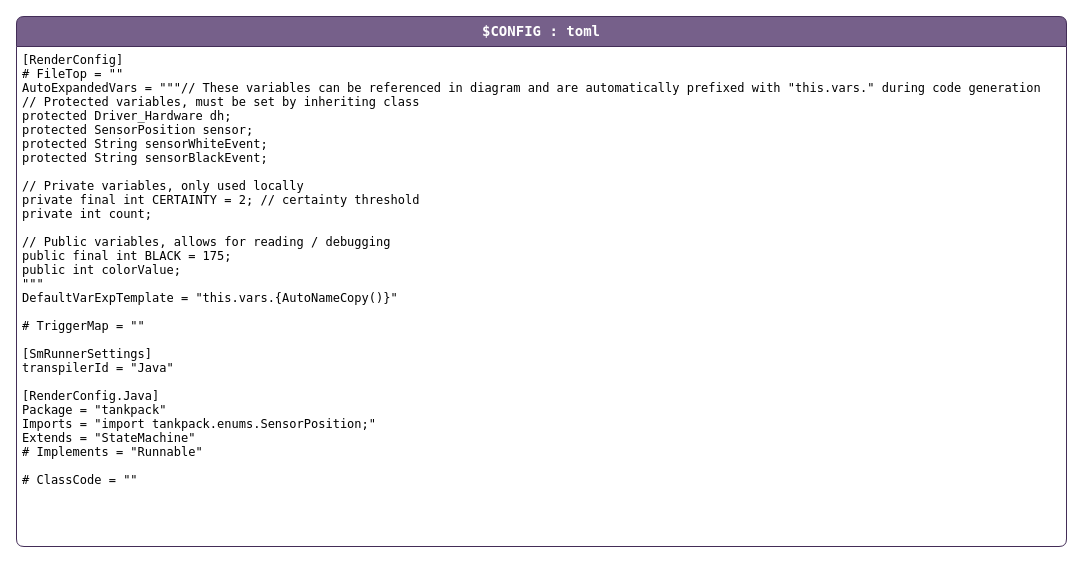
This is page "config" (2 of 3) of ss/Sm_Sensor_Generated.drawio from mp-deboer/LegoTank, a draw.io file, before an edit. Source tidied: cells renumbered, new cells numbered last; positions are measured from the earlier drawing's top-left corner, leaving out a move shared by most shapes. Both pictures are drawn from the tidied source at 100%, with x=0, y=0 at pixel (16, 16).
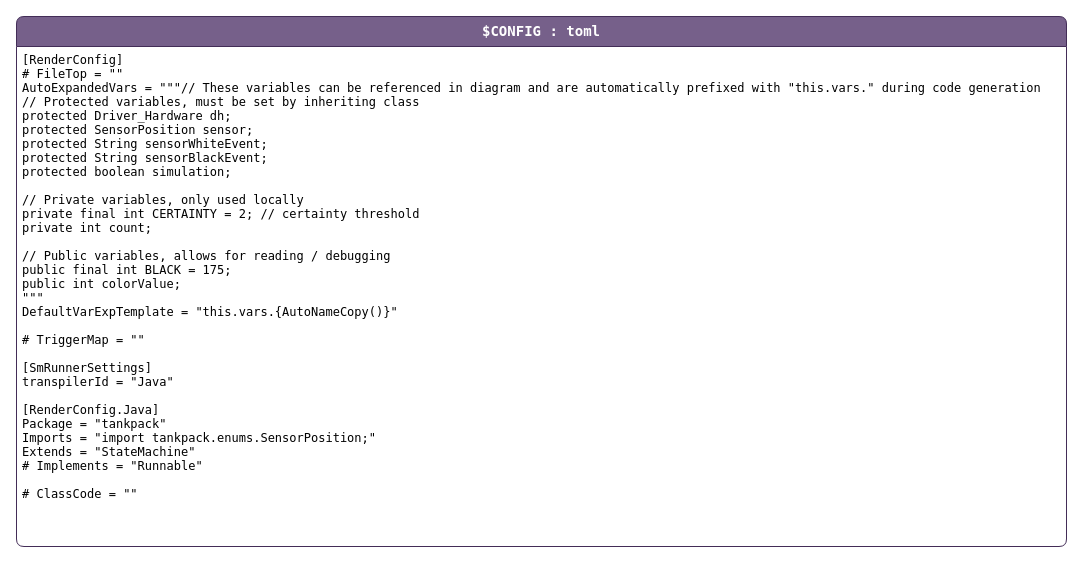
The same page after the edit.

Commit message (it also covers changes not shown here):
Add Sensor simulation mode

Change to the diagram source:
```diff
@@
 <mxGraphModel>
   <root>
     <mxCell id="0" />
     <mxCell id="1" parent="0" />
     <mxCell id="2" value="$CONFIG : toml" style="shape=swimlane;align=center;verticalAlign=top;fontFamily=Lucida Console;startSize=30;fontSize=14;fontStyle=1;swimlaneFillColor=default;rounded=1;arcSize=15;absoluteArcSize=1;fillColor=#76608a;strokeColor=#432D57;fontColor=#ffffff;" parent="1" vertex="1">
       <mxGeometry width="1050" height="530" as="geometry" />
     </mxCell>
-    <mxCell id="3" value="[RenderConfig]&#10;# FileTop = &quot;&quot;&#10;AutoExpandedVars = &quot;&quot;&quot;// These variables can be referenced in diagram and are automatically prefixed with &quot;this.vars.&quot; during code generation&#10;// Protected variables, must be set by inheriting class&#10;protected Driver_Hardware dh;&#10;protected SensorPosition sensor;&#10;protected String sensorWhiteEvent;&#10;protected String sensorBlackEvent;&#10;&#10;// Private variables, only used locally&#10;private final int CERTAINTY = 2; // certainty threshold&#10;private int count;&#10;&#10;// Public variables, allows for reading / debugging&#10;public final int BLACK = 175;&#10;public int colorValue;&#10;&quot;&quot;&quot;&#10;DefaultVarExpTemplate = &quot;this.vars.{AutoNameCopy()}&quot;&#10;&#10;# TriggerMap = &quot;&quot;&#10;&#10;[SmRunnerSettings]&#10;transpilerId = &quot;Java&quot;&#10;&#10;[RenderConfig.Java]&#10;Package = &quot;tankpack&quot;&#10;Imports = &quot;import tankpack.enums.SensorPosition;&quot;&#10;Extends = &quot;StateMachine&quot;&#10;# Implements = &quot;Runnable&quot;&#10;&#10;# ClassCode = &quot;&quot;" style="fontFamily=Lucida Console;align=left;verticalAlign=top;fillColor=none;gradientColor=none;strokeColor=none;rounded=0;spacingLeft=4;" parent="2" vertex="1">
-      <mxGeometry y="30" width="1050" height="460" as="geometry" />
+    <mxCell id="3" value="[RenderConfig]&#10;# FileTop = &quot;&quot;&#10;AutoExpandedVars = &quot;&quot;&quot;// These variables can be referenced in diagram and are automatically prefixed with &quot;this.vars.&quot; during code generation&#10;// Protected variables, must be set by inheriting class&#10;protected Driver_Hardware dh;&#10;protected SensorPosition sensor;&#10;protected String sensorWhiteEvent;&#10;protected String sensorBlackEvent;&#10;protected boolean simulation;&#10;&#10;// Private variables, only used locally&#10;private final int CERTAINTY = 2; // certainty threshold&#10;private int count;&#10;&#10;// Public variables, allows for reading / debugging&#10;public final int BLACK = 175;&#10;public int colorValue;&#10;&quot;&quot;&quot;&#10;DefaultVarExpTemplate = &quot;this.vars.{AutoNameCopy()}&quot;&#10;&#10;# TriggerMap = &quot;&quot;&#10;&#10;[SmRunnerSettings]&#10;transpilerId = &quot;Java&quot;&#10;&#10;[RenderConfig.Java]&#10;Package = &quot;tankpack&quot;&#10;Imports = &quot;import tankpack.enums.SensorPosition;&quot;&#10;Extends = &quot;StateMachine&quot;&#10;# Implements = &quot;Runnable&quot;&#10;&#10;# ClassCode = &quot;&quot;" style="fontFamily=Lucida Console;align=left;verticalAlign=top;fillColor=none;gradientColor=none;strokeColor=none;rounded=0;spacingLeft=4;" parent="2" vertex="1">
+      <mxGeometry y="30" width="1050" height="470" as="geometry" />
     </mxCell>
   </root>
 </mxGraphModel>
```
